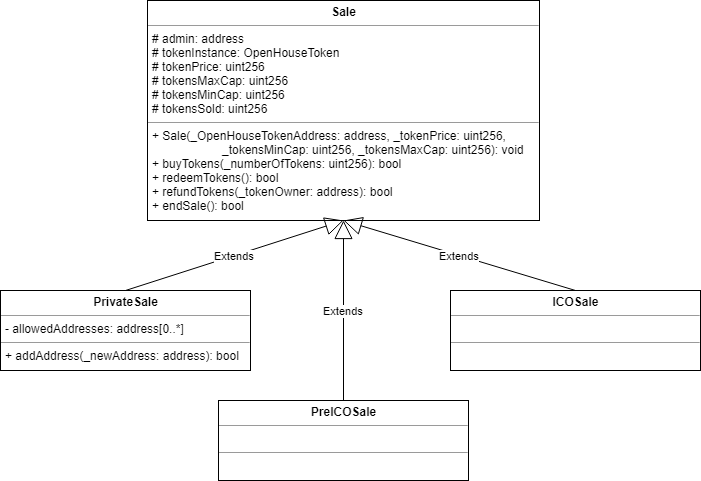
The draw.io diagram uml/Sale/Sale.png in gkamtzir/Ethereum-ICO-Diploma-Thesis, before a commit. Source tidied: cells renumbered, new cells last; positions are measured from the earlier drawing's top-left corner, leaving out a move shared by most shapes.
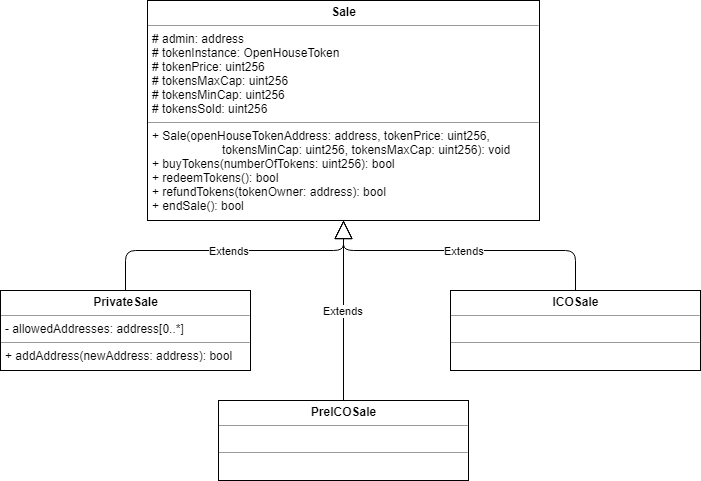
After the change.

Change to the diagram source:
```diff
@@ -2,10 +2,10 @@
   <root>
     <mxCell id="0" />
     <mxCell id="1" parent="0" />
-    <mxCell id="2" value="&lt;p style=&quot;margin: 0px ; margin-top: 4px ; text-align: center&quot;&gt;&lt;b&gt;Sale&lt;/b&gt;&lt;/p&gt;&lt;hr size=&quot;1&quot;&gt;&lt;p style=&quot;margin: 0px ; margin-left: 4px&quot;&gt;# admin: address&lt;/p&gt;&lt;p style=&quot;margin: 0px ; margin-left: 4px&quot;&gt;# tokenInstance: OpenHouseToken&lt;/p&gt;&lt;p style=&quot;margin: 0px ; margin-left: 4px&quot;&gt;# tokenPrice: uint256&lt;/p&gt;&lt;p style=&quot;margin: 0px ; margin-left: 4px&quot;&gt;# tokensMaxCap: uint256&lt;/p&gt;&lt;p style=&quot;margin: 0px ; margin-left: 4px&quot;&gt;# tokensMinCap: uint256&lt;/p&gt;&lt;p style=&quot;margin: 0px ; margin-left: 4px&quot;&gt;# tokensSold: uint256&lt;/p&gt;&lt;hr size=&quot;1&quot;&gt;&lt;p style=&quot;margin: 0px ; margin-left: 4px&quot;&gt;+ Sale(_OpenHouseTokenAddress: address, _tokenPrice: uint256,&lt;/p&gt;&lt;p style=&quot;margin: 0px ; margin-left: 4px&quot;&gt;&amp;nbsp; &amp;nbsp; &amp;nbsp; &amp;nbsp; &amp;nbsp; &amp;nbsp; &amp;nbsp; &amp;nbsp; &amp;nbsp; &amp;nbsp; &amp;nbsp;_tokensMinCap: uint256, _tokensMaxCap: uint256): void&lt;/p&gt;&lt;p style=&quot;margin: 0px ; margin-left: 4px&quot;&gt;+ buyTokens(_numberOfTokens: uint256): bool&lt;/p&gt;&lt;p style=&quot;margin: 0px ; margin-left: 4px&quot;&gt;+ redeemTokens(): bool&lt;/p&gt;&lt;p style=&quot;margin: 0px ; margin-left: 4px&quot;&gt;+ refundTokens(_tokenOwner: address): bool&lt;/p&gt;&lt;p style=&quot;margin: 0px ; margin-left: 4px&quot;&gt;+ endSale(): bool&lt;/p&gt;" style="verticalAlign=top;align=left;overflow=fill;fontSize=12;fontFamily=Helvetica;html=1;" parent="1" vertex="1">
+    <mxCell id="2" value="&lt;p style=&quot;margin: 0px ; margin-top: 4px ; text-align: center&quot;&gt;&lt;b&gt;Sale&lt;/b&gt;&lt;/p&gt;&lt;hr size=&quot;1&quot;&gt;&lt;p style=&quot;margin: 0px ; margin-left: 4px&quot;&gt;# admin: address&lt;/p&gt;&lt;p style=&quot;margin: 0px ; margin-left: 4px&quot;&gt;# tokenInstance: OpenHouseToken&lt;/p&gt;&lt;p style=&quot;margin: 0px ; margin-left: 4px&quot;&gt;# tokenPrice: uint256&lt;/p&gt;&lt;p style=&quot;margin: 0px ; margin-left: 4px&quot;&gt;# tokensMaxCap: uint256&lt;/p&gt;&lt;p style=&quot;margin: 0px ; margin-left: 4px&quot;&gt;# tokensMinCap: uint256&lt;/p&gt;&lt;p style=&quot;margin: 0px ; margin-left: 4px&quot;&gt;# tokensSold: uint256&lt;/p&gt;&lt;hr size=&quot;1&quot;&gt;&lt;p style=&quot;margin: 0px ; margin-left: 4px&quot;&gt;+ Sale(openHouseTokenAddress: address, tokenPrice: uint256,&lt;/p&gt;&lt;p style=&quot;margin: 0px ; margin-left: 4px&quot;&gt;&amp;nbsp; &amp;nbsp; &amp;nbsp; &amp;nbsp; &amp;nbsp; &amp;nbsp; &amp;nbsp; &amp;nbsp; &amp;nbsp; &amp;nbsp; &amp;nbsp;tokensMinCap: uint256, tokensMaxCap: uint256): void&lt;/p&gt;&lt;p style=&quot;margin: 0px ; margin-left: 4px&quot;&gt;+ buyTokens(numberOfTokens: uint256): bool&lt;/p&gt;&lt;p style=&quot;margin: 0px ; margin-left: 4px&quot;&gt;+ redeemTokens(): bool&lt;/p&gt;&lt;p style=&quot;margin: 0px ; margin-left: 4px&quot;&gt;+ refundTokens(tokenOwner: address): bool&lt;/p&gt;&lt;p style=&quot;margin: 0px ; margin-left: 4px&quot;&gt;+ endSale(): bool&lt;/p&gt;" style="verticalAlign=top;align=left;overflow=fill;fontSize=12;fontFamily=Helvetica;html=1;" parent="1" vertex="1">
       <mxGeometry x="147" width="392" height="220" as="geometry" />
     </mxCell>
-    <mxCell id="3" value="&lt;p style=&quot;margin: 0px ; margin-top: 4px ; text-align: center&quot;&gt;&lt;b&gt;PrivateSale&lt;/b&gt;&lt;/p&gt;&lt;hr size=&quot;1&quot;&gt;&lt;p style=&quot;margin: 0px ; margin-left: 4px&quot;&gt;- allowedAddresses: address[0..*]&lt;/p&gt;&lt;hr size=&quot;1&quot;&gt;&lt;p style=&quot;margin: 0px ; margin-left: 4px&quot;&gt;&lt;span&gt;+ addAddress(_newAddress: address): bool&lt;/span&gt;&lt;br&gt;&lt;/p&gt;" style="verticalAlign=top;align=left;overflow=fill;fontSize=12;fontFamily=Helvetica;html=1;" parent="1" vertex="1">
+    <mxCell id="3" value="&lt;p style=&quot;margin: 0px ; margin-top: 4px ; text-align: center&quot;&gt;&lt;b&gt;PrivateSale&lt;/b&gt;&lt;/p&gt;&lt;hr size=&quot;1&quot;&gt;&lt;p style=&quot;margin: 0px ; margin-left: 4px&quot;&gt;- allowedAddresses: address[0..*]&lt;/p&gt;&lt;hr size=&quot;1&quot;&gt;&lt;p style=&quot;margin: 0px ; margin-left: 4px&quot;&gt;&lt;span&gt;+ addAddress(newAddress: address): bool&lt;/span&gt;&lt;br&gt;&lt;/p&gt;" style="verticalAlign=top;align=left;overflow=fill;fontSize=12;fontFamily=Helvetica;html=1;" parent="1" vertex="1">
       <mxGeometry y="290" width="250" height="80" as="geometry" />
     </mxCell>
     <mxCell id="4" value="&lt;p style=&quot;margin: 0px ; margin-top: 4px ; text-align: center&quot;&gt;&lt;b&gt;PreICOSale&lt;/b&gt;&lt;/p&gt;&lt;hr size=&quot;1&quot;&gt;&lt;p style=&quot;margin: 0px ; margin-left: 4px&quot;&gt;&lt;br&gt;&lt;/p&gt;&lt;hr size=&quot;1&quot;&gt;&lt;p style=&quot;margin: 0px ; margin-left: 4px&quot;&gt;&lt;br&gt;&lt;/p&gt;" style="verticalAlign=top;align=left;overflow=fill;fontSize=12;fontFamily=Helvetica;html=1;" parent="1" vertex="1">
@@ -18,10 +18,20 @@
       <mxGeometry relative="1" as="geometry" />
     </mxCell>
     <mxCell id="7" value="Extends" style="endArrow=block;endSize=16;endFill=0;html=1;exitX=0.5;exitY=0;exitDx=0;exitDy=0;entryX=0.5;entryY=1;entryDx=0;entryDy=0;" parent="1" edge="1" source="3" target="2">
-      <mxGeometry relative="1" as="geometry" />
+      <mxGeometry relative="1" as="geometry">
+        <Array as="points">
+          <mxPoint x="125" y="250" />
+          <mxPoint x="343" y="250" />
+        </Array>
+      </mxGeometry>
     </mxCell>
     <mxCell id="8" value="Extends" style="endArrow=block;endSize=16;endFill=0;html=1;exitX=0.5;exitY=0;exitDx=0;exitDy=0;entryX=0.5;entryY=1;entryDx=0;entryDy=0;" parent="1" edge="1" source="5" target="2">
-      <mxGeometry relative="1" as="geometry" />
+      <mxGeometry relative="1" as="geometry">
+        <Array as="points">
+          <mxPoint x="575" y="250" />
+          <mxPoint x="343" y="250" />
+        </Array>
+      </mxGeometry>
     </mxCell>
   </root>
 </mxGraphModel>
```
